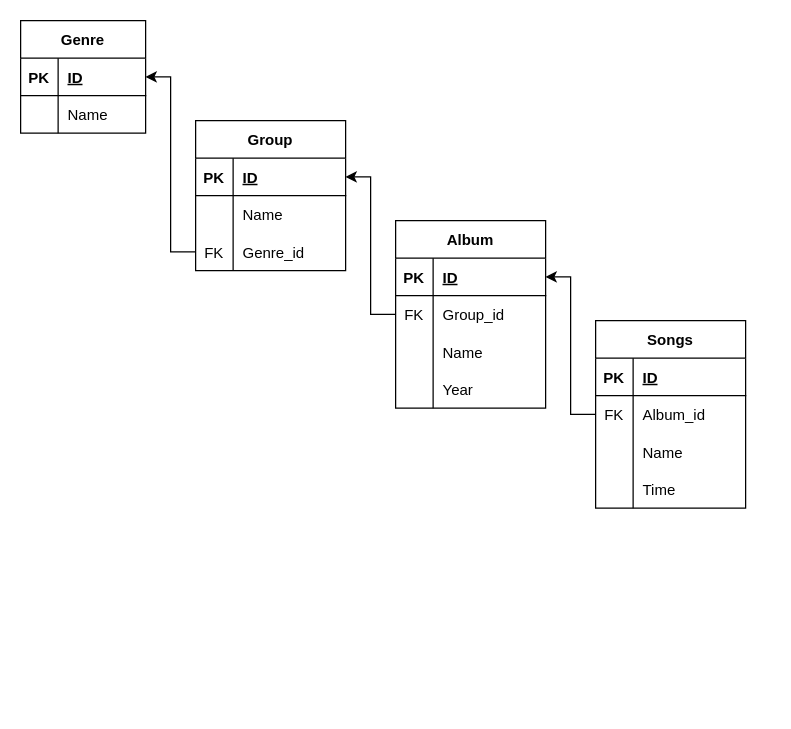
Before: Диаграмма без названия.drawio in Roodootoo/NetologyGit, a draw.io diagram. Source tidied: cells renumbered, new cells numbered last; positions are measured from the earlier drawing's top-left corner, leaving out a move shared by most shapes. Both pictures are drawn from the tidied source at 125%, with x=0, y=0 at pixel (20, 20).
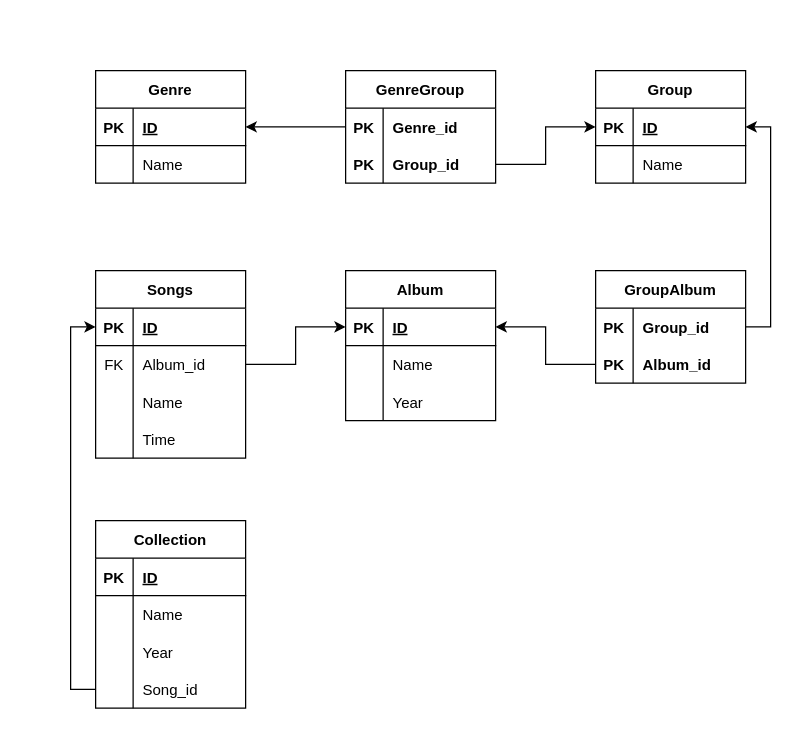
After the change.

Unchanged cells that the change refers to:
```xml
<mxCell id="10" style="shape=tableRow;horizontal=0;startSize=0;swimlaneHead=0;swimlaneBody=0;fillColor=none;points=[[0,0.5],[1,0.5]];portConstraint=eastwest;top=0;left=0;right=0;bottom=1;" parent="9" vertex="1">
  <mxGeometry y="30" width="120" height="30" as="geometry" />
</mxCell>
<mxCell id="20" style="shape=tableRow;horizontal=0;startSize=0;swimlaneHead=0;swimlaneBody=0;fillColor=none;points=[[0,0.5],[1,0.5]];portConstraint=eastwest;top=0;left=0;right=0;bottom=1;" parent="19" vertex="1">
  <mxGeometry y="30" width="120" height="30" as="geometry" />
</mxCell>
<mxCell id="36" style="shape=tableRow;horizontal=0;startSize=0;swimlaneHead=0;swimlaneBody=0;fillColor=none;points=[[0,0.5],[1,0.5]];portConstraint=eastwest;top=0;left=0;right=0;bottom=1;" parent="35" vertex="1">
  <mxGeometry y="30" width="120" height="30" as="geometry" />
</mxCell>
<mxCell id="39" style="shape=tableRow;horizontal=0;startSize=0;swimlaneHead=0;swimlaneBody=0;fillColor=none;points=[[0,0.5],[1,0.5]];portConstraint=eastwest;top=0;left=0;right=0;bottom=0;" parent="35" vertex="1">
  <mxGeometry y="60" width="120" height="30" as="geometry" />
</mxCell>
```

The edit, as a diff of the source:
```diff
@@
     <mxCell id="2" value="Genre" style="shape=table;startSize=30;childLayout=tableLayout;rowLines=0;fontStyle=1;align=center;" parent="1" vertex="1">
-      <mxGeometry width="100" height="90" as="geometry" />
+      <mxGeometry x="60" y="40" width="120" height="90" as="geometry" />
     </mxCell>
     <mxCell id="3" style="shape=tableRow;horizontal=0;startSize=0;swimlaneHead=0;swimlaneBody=0;fillColor=none;points=[[0,0.5],[1,0.5]];portConstraint=eastwest;top=0;left=0;right=0;bottom=1;" parent="2" vertex="1">
-      <mxGeometry y="30" width="100" height="30" as="geometry" />
+      <mxGeometry y="30" width="120" height="30" as="geometry" />
     </mxCell>
@@
     <mxCell id="5" value="ID" style="shape=partialRectangle;fillColor=none;top=0;left=0;bottom=0;right=0;align=left;spacingLeft=6;fontStyle=5;overflow=hidden;" parent="3" vertex="1">
-      <mxGeometry x="30" width="70" height="30" as="geometry" />
+      <mxGeometry x="30" width="90" height="30" as="geometry" />
     </mxCell>
     <mxCell id="6" style="shape=tableRow;horizontal=0;startSize=0;swimlaneHead=0;swimlaneBody=0;fillColor=none;top=0;left=0;right=0;bottom=0;" parent="2" vertex="1">
-      <mxGeometry y="60" width="100" height="30" as="geometry" />
+      <mxGeometry y="60" width="120" height="30" as="geometry" />
     </mxCell>
@@
     <mxCell id="8" value="Name" style="shape=partialRectangle;fillColor=none;top=0;left=0;bottom=0;right=0;align=left;spacingLeft=6;overflow=hidden;" parent="6" vertex="1">
-      <mxGeometry x="30" width="70" height="30" as="geometry" />
+      <mxGeometry x="30" width="90" height="30" as="geometry" />
     </mxCell>
     <mxCell id="9" value="Group" style="shape=table;startSize=30;childLayout=tableLayout;rowLines=0;fontStyle=1;align=center;" parent="1" vertex="1">
-      <mxGeometry x="140" y="80" width="120" height="120" as="geometry" />
+      <mxGeometry x="460" y="40" width="120" height="90" as="geometry" />
     </mxCell>
@@
-    <mxCell id="16" style="shape=tableRow;horizontal=0;startSize=0;swimlaneHead=0;swimlaneBody=0;fillColor=none;points=[[0,0.5],[1,0.5]];portConstraint=eastwest;top=0;left=0;right=0;bottom=0;" parent="9" vertex="1">
-      <mxGeometry y="90" width="120" height="30" as="geometry" />
-    </mxCell>
-    <mxCell id="17" value="FK" style="shape=partialRectangle;fillColor=none;top=0;left=0;bottom=0;right=0;overflow=hidden;" parent="16" vertex="1">
-      <mxGeometry width="30" height="30" as="geometry" />
-    </mxCell>
-    <mxCell id="18" value="Genre_id" style="shape=partialRectangle;fillColor=none;top=0;left=0;bottom=0;right=0;align=left;spacingLeft=6;overflow=hidden;" parent="16" vertex="1">
-      <mxGeometry x="30" width="90" height="30" as="geometry" />
-    </mxCell>
     <mxCell id="19" value="Album" style="shape=table;startSize=30;childLayout=tableLayout;rowLines=0;fontStyle=1;align=center;" parent="1" vertex="1">
-      <mxGeometry x="300" y="160" width="120" height="150" as="geometry" />
+      <mxGeometry x="260" y="200" width="120" height="120" as="geometry" />
     </mxCell>
@@
-    <mxCell id="23" style="shape=tableRow;horizontal=0;startSize=0;swimlaneHead=0;swimlaneBody=0;fillColor=none;points=[[0,0.5],[1,0.5]];portConstraint=eastwest;top=0;left=0;right=0;bottom=0;" parent="19" vertex="1">
-      <mxGeometry y="60" width="120" height="30" as="geometry" />
-    </mxCell>
-    <mxCell id="24" value="FK" style="shape=partialRectangle;fillColor=none;top=0;left=0;bottom=0;right=0;overflow=hidden;" parent="23" vertex="1">
-      <mxGeometry width="30" height="30" as="geometry" />
-    </mxCell>
-    <mxCell id="25" value="Group_id" style="shape=partialRectangle;fillColor=none;top=0;left=0;bottom=0;right=0;align=left;spacingLeft=6;overflow=hidden;" parent="23" vertex="1">
-      <mxGeometry x="30" width="90" height="30" as="geometry" />
-    </mxCell>
     <mxCell id="26" style="shape=tableRow;horizontal=0;startSize=0;swimlaneHead=0;swimlaneBody=0;fillColor=none;top=0;left=0;right=0;bottom=0;" parent="19" vertex="1">
-      <mxGeometry y="90" width="120" height="30" as="geometry" />
+      <mxGeometry y="60" width="120" height="30" as="geometry" />
     </mxCell>
@@
     <mxCell id="29" style="shape=tableRow;horizontal=0;startSize=0;swimlaneHead=0;swimlaneBody=0;fillColor=none;top=0;left=0;right=0;bottom=0;" parent="19" vertex="1">
-      <mxGeometry y="120" width="120" height="30" as="geometry" />
+      <mxGeometry y="90" width="120" height="30" as="geometry" />
     </mxCell>
@@
-    <mxCell id="32" style="edgeStyle=orthogonalEdgeStyle;rounded=0;jettySize=auto;html=1;exitX=0;exitY=0.5;exitDx=0;exitDy=0;entryX=1;entryY=0.5;entryDx=0;entryDy=0;" parent="1" edge="1" source="16" target="3">
-      <mxGeometry relative="1" as="geometry" />
-    </mxCell>
-    <mxCell id="33" style="edgeStyle=orthogonalEdgeStyle;rounded=0;jettySize=auto;html=1;exitX=0;exitY=0.5;exitDx=0;exitDy=0;entryX=1;entryY=0.5;entryDx=0;entryDy=0;" parent="1" edge="1" source="23" target="10">
-      <mxGeometry relative="1" as="geometry" />
-    </mxCell>
-    <mxCell id="34" style="edgeStyle=orthogonalEdgeStyle;rounded=0;jettySize=auto;html=1;exitX=0;exitY=0.5;exitDx=0;exitDy=0;entryX=1;entryY=0.5;entryDx=0;entryDy=0;" parent="1" edge="1" source="35" target="20">
-      <mxGeometry relative="1" as="geometry" />
-    </mxCell>
     <mxCell id="35" value="Songs" style="shape=table;startSize=30;childLayout=tableLayout;rowLines=0;fontStyle=1;align=center;" parent="1" vertex="1">
-      <mxGeometry x="460" y="240" width="120" height="150" as="geometry" />
+      <mxGeometry x="60" y="200" width="120" height="150" as="geometry" />
     </mxCell>
@@
+    <mxCell id="48" value="GenreGroup" style="shape=table;startSize=30;childLayout=tableLayout;rowLines=0;fontStyle=1;align=center;" parent="1" vertex="1">
+      <mxGeometry x="260" y="40" width="120" height="90" as="geometry" />
+    </mxCell>
+    <mxCell id="49" style="shape=tableRow;horizontal=0;startSize=0;swimlaneHead=0;swimlaneBody=0;fillColor=none;points=[[0,0.5],[1,0.5]];portConstraint=eastwest;top=0;left=0;right=0;bottom=0;" parent="48" vertex="1">
+      <mxGeometry y="30" width="120" height="30" as="geometry" />
+    </mxCell>
+    <mxCell id="50" value="PK" style="shape=partialRectangle;fillColor=none;top=0;left=0;bottom=0;right=0;overflow=hidden;fontStyle=1;" parent="49" vertex="1">
+      <mxGeometry width="30" height="30" as="geometry" />
+    </mxCell>
+    <mxCell id="18" value="Genre_id" style="shape=partialRectangle;fillColor=none;top=0;left=0;bottom=0;right=0;align=left;spacingLeft=6;overflow=hidden;fontStyle=1;" parent="49" vertex="1">
+      <mxGeometry x="30" width="90" height="30" as="geometry" />
+    </mxCell>
+    <mxCell id="51" style="shape=tableRow;horizontal=0;startSize=0;swimlaneHead=0;swimlaneBody=0;fillColor=none;points=[[0,0.5],[1,0.5]];portConstraint=eastwest;top=0;left=0;right=0;bottom=0;" parent="48" vertex="1">
+      <mxGeometry y="60" width="120" height="30" as="geometry" />
+    </mxCell>
+    <mxCell id="52" value="PK" style="shape=partialRectangle;fillColor=none;top=0;left=0;bottom=0;right=0;overflow=hidden;fontStyle=1;" parent="51" vertex="1">
+      <mxGeometry width="30" height="30" as="geometry" />
+    </mxCell>
+    <mxCell id="53" value="Group_id" style="shape=partialRectangle;fillColor=none;top=0;left=0;bottom=0;right=0;align=left;spacingLeft=6;overflow=hidden;fontStyle=1;" parent="51" vertex="1">
+      <mxGeometry x="30" width="90" height="30" as="geometry" />
+    </mxCell>
+    <mxCell id="54" value="GroupAlbum" style="shape=table;startSize=30;childLayout=tableLayout;rowLines=0;fontStyle=1;align=center;" parent="1" vertex="1">
+      <mxGeometry x="460" y="200" width="120" height="90" as="geometry" />
+    </mxCell>
+    <mxCell id="55" style="shape=tableRow;horizontal=0;startSize=0;swimlaneHead=0;swimlaneBody=0;fillColor=none;points=[[0,0.5],[1,0.5]];portConstraint=eastwest;top=0;left=0;right=0;bottom=0;" parent="54" vertex="1">
+      <mxGeometry y="30" width="120" height="30" as="geometry" />
+    </mxCell>
+    <mxCell id="56" value="PK" style="shape=partialRectangle;fillColor=none;top=0;left=0;bottom=0;right=0;overflow=hidden;fontStyle=1;" parent="55" vertex="1">
+      <mxGeometry width="30" height="30" as="geometry" />
+    </mxCell>
+    <mxCell id="57" value="Group_id" style="shape=partialRectangle;fillColor=none;top=0;left=0;bottom=0;right=0;align=left;spacingLeft=6;overflow=hidden;fontStyle=1;" parent="55" vertex="1">
+      <mxGeometry x="30" width="90" height="30" as="geometry" />
+    </mxCell>
+    <mxCell id="58" style="shape=tableRow;horizontal=0;startSize=0;swimlaneHead=0;swimlaneBody=0;fillColor=none;points=[[0,0.5],[1,0.5]];portConstraint=eastwest;top=0;left=0;right=0;bottom=0;" parent="54" vertex="1">
+      <mxGeometry y="60" width="120" height="30" as="geometry" />
+    </mxCell>
+    <mxCell id="59" value="PK" style="shape=partialRectangle;fillColor=none;top=0;left=0;bottom=0;right=0;overflow=hidden;fontStyle=1;" parent="58" vertex="1">
+      <mxGeometry width="30" height="30" as="geometry" />
+    </mxCell>
+    <mxCell id="60" value="Album_id" style="shape=partialRectangle;fillColor=none;top=0;left=0;bottom=0;right=0;align=left;spacingLeft=6;overflow=hidden;fontStyle=1;" parent="58" vertex="1">
+      <mxGeometry x="30" width="90" height="30" as="geometry" />
+    </mxCell>
+    <mxCell id="61" style="edgeStyle=orthogonalEdgeStyle;rounded=0;jettySize=auto;html=1;exitX=1;exitY=0.5;exitDx=0;exitDy=0;entryX=0;entryY=0.5;entryDx=0;entryDy=0;" parent="1" edge="1" source="39" target="20">
+      <mxGeometry relative="1" as="geometry" />
+    </mxCell>
+    <mxCell id="62" value="Collection" style="shape=table;startSize=30;childLayout=tableLayout;rowLines=0;fontStyle=1;align=center;" parent="1" vertex="1">
+      <mxGeometry x="60" y="400" width="120" height="150" as="geometry" />
+    </mxCell>
+    <mxCell id="63" style="shape=tableRow;horizontal=0;startSize=0;swimlaneHead=0;swimlaneBody=0;fillColor=none;top=0;left=0;right=0;bottom=1;" parent="62" vertex="1">
+      <mxGeometry y="30" width="120" height="30" as="geometry" />
+    </mxCell>
+    <mxCell id="64" value="PK" style="shape=partialRectangle;fillColor=none;top=0;left=0;bottom=0;right=0;fontStyle=1;overflow=hidden;" parent="63" vertex="1">
+      <mxGeometry width="30" height="30" as="geometry" />
+    </mxCell>
+    <mxCell id="65" value="ID" style="shape=partialRectangle;fillColor=none;top=0;left=0;bottom=0;right=0;align=left;spacingLeft=6;fontStyle=5;overflow=hidden;" parent="63" vertex="1">
+      <mxGeometry x="30" width="90" height="30" as="geometry" />
+    </mxCell>
+    <mxCell id="66" style="shape=tableRow;horizontal=0;startSize=0;swimlaneHead=0;swimlaneBody=0;fillColor=none;top=0;left=0;right=0;bottom=0;" parent="62" vertex="1">
+      <mxGeometry y="60" width="120" height="30" as="geometry" />
+    </mxCell>
+    <mxCell id="67" style="shape=partialRectangle;fillColor=none;top=0;left=0;bottom=0;right=0;overflow=hidden;" parent="66" vertex="1">
+      <mxGeometry width="30" height="30" as="geometry" />
+    </mxCell>
+    <mxCell id="68" value="Name" style="shape=partialRectangle;fillColor=none;top=0;left=0;bottom=0;right=0;align=left;spacingLeft=6;overflow=hidden;" parent="66" vertex="1">
+      <mxGeometry x="30" width="90" height="30" as="geometry" />
+    </mxCell>
+    <mxCell id="16" style="shape=tableRow;horizontal=0;startSize=0;swimlaneHead=0;swimlaneBody=0;fillColor=none;points=[[0,0.5],[1,0.5]];portConstraint=eastwest;top=0;left=0;right=0;bottom=0;" parent="62" vertex="1">
+      <mxGeometry y="90" width="120" height="30" as="geometry" />
+    </mxCell>
+    <mxCell id="69" style="shape=partialRectangle;fillColor=none;top=0;left=0;bottom=0;right=0;overflow=hidden;" parent="16" vertex="1">
+      <mxGeometry width="30" height="30" as="geometry" />
+    </mxCell>
+    <mxCell id="70" value="Year" style="shape=partialRectangle;fillColor=none;top=0;left=0;bottom=0;right=0;align=left;spacingLeft=6;overflow=hidden;" parent="16" vertex="1">
+      <mxGeometry x="30" width="90" height="30" as="geometry" />
+    </mxCell>
+    <mxCell id="71" style="shape=tableRow;horizontal=0;startSize=0;swimlaneHead=0;swimlaneBody=0;fillColor=none;points=[[0,0.5],[1,0.5]];portConstraint=eastwest;top=0;left=0;right=0;bottom=0;" parent="62" vertex="1">
+      <mxGeometry y="120" width="120" height="30" as="geometry" />
+    </mxCell>
+    <mxCell id="72" style="shape=partialRectangle;fillColor=none;top=0;left=0;bottom=0;right=0;overflow=hidden;" parent="71" vertex="1">
+      <mxGeometry width="30" height="30" as="geometry" />
+    </mxCell>
+    <mxCell id="73" value="Song_id" style="shape=partialRectangle;fillColor=none;top=0;left=0;bottom=0;right=0;align=left;spacingLeft=6;overflow=hidden;" parent="71" vertex="1">
+      <mxGeometry x="30" width="90" height="30" as="geometry" />
+    </mxCell>
+    <mxCell id="74" style="edgeStyle=orthogonalEdgeStyle;rounded=0;jettySize=auto;html=1;exitX=0;exitY=0.5;exitDx=0;exitDy=0;entryX=1;entryY=0.5;entryDx=0;entryDy=0;" parent="1" edge="1" source="49" target="3">
+      <mxGeometry relative="1" as="geometry" />
+    </mxCell>
+    <mxCell id="75" style="edgeStyle=orthogonalEdgeStyle;rounded=0;jettySize=auto;html=1;exitX=1;exitY=0.5;exitDx=0;exitDy=0;entryX=0;entryY=0.5;entryDx=0;entryDy=0;" parent="1" edge="1" source="51" target="10">
+      <mxGeometry relative="1" as="geometry" />
+    </mxCell>
+    <mxCell id="76" style="edgeStyle=orthogonalEdgeStyle;rounded=0;jettySize=auto;html=1;exitX=1;exitY=0.5;exitDx=0;exitDy=0;entryX=1;entryY=0.5;entryDx=0;entryDy=0;" parent="1" edge="1" source="55" target="10">
+      <mxGeometry relative="1" as="geometry" />
+    </mxCell>
+    <mxCell id="77" style="edgeStyle=orthogonalEdgeStyle;rounded=0;jettySize=auto;html=1;exitX=0;exitY=0.5;exitDx=0;exitDy=0;entryX=1;entryY=0.5;entryDx=0;entryDy=0;" parent="1" edge="1" source="58" target="20">
+      <mxGeometry relative="1" as="geometry" />
+    </mxCell>
+    <mxCell id="78" style="edgeStyle=orthogonalEdgeStyle;rounded=0;jettySize=auto;html=1;exitX=0;exitY=0.5;exitDx=0;exitDy=0;entryX=0;entryY=0.5;entryDx=0;entryDy=0;" parent="1" edge="1" source="71" target="36">
+      <mxGeometry relative="1" as="geometry" />
+    </mxCell>
```
